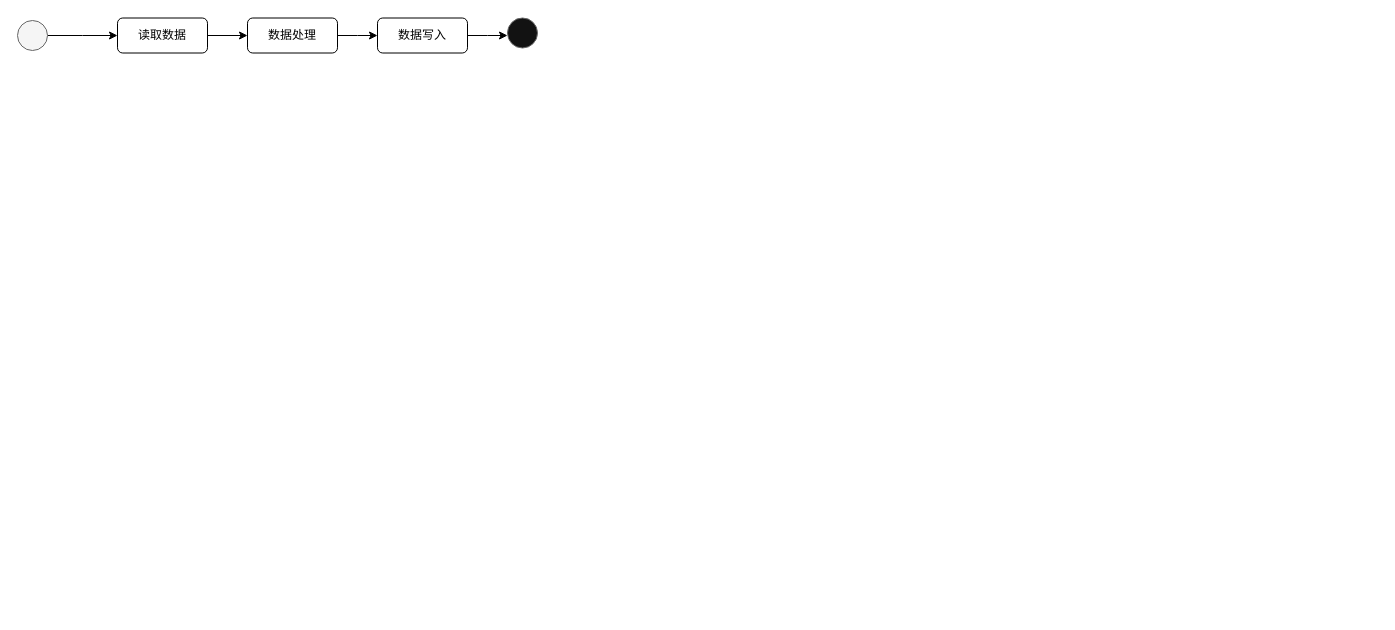
Above: page "第 2 页" (2 of 2) of 未命名绘图.drawio in littleDagron/Helloworld (draw.io), before the change. Source tidied: cells renumbered, new cells numbered last; positions are measured from the earlier drawing's top-left corner, leaving out a move shared by most shapes. Both pictures are drawn from the tidied source at 100%, with x=0, y=0 at pixel (17, 18).
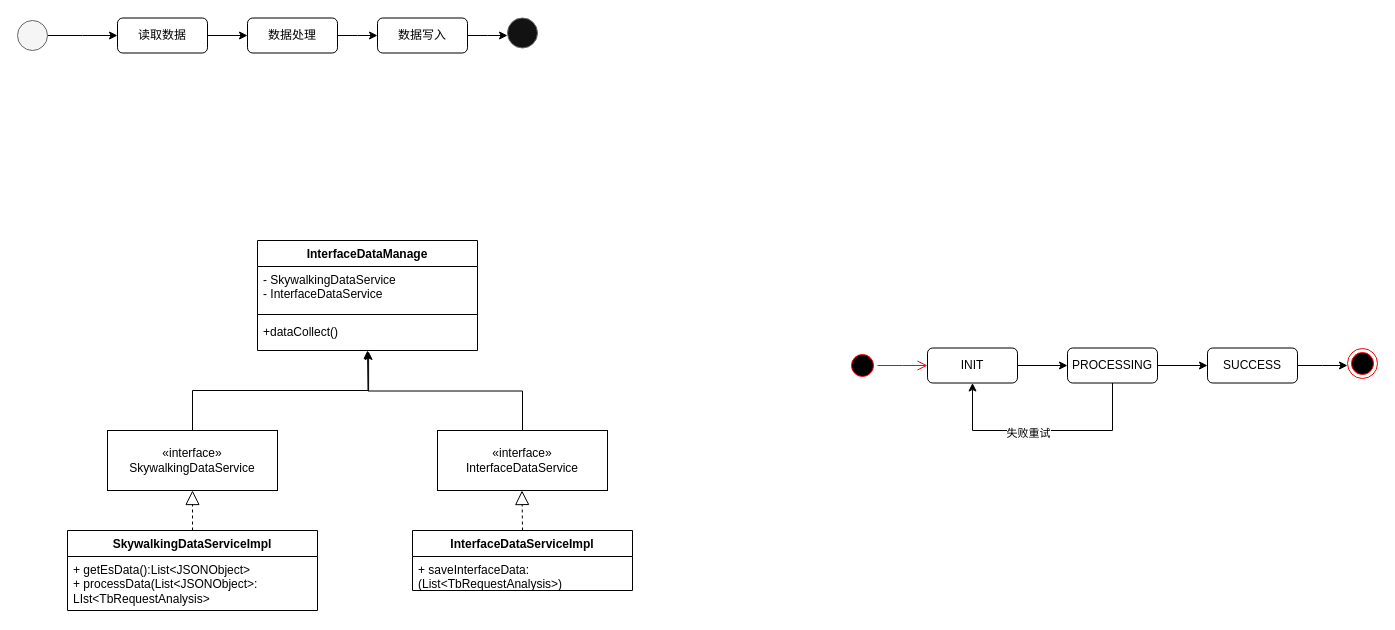
The same page after the edit.

Commit message:
更新未命名绘图.drawio

Diff of the diagram source:
```diff
@@
+    <mxCell id="11" value="InterfaceDataManage" style="swimlane;fontStyle=1;align=center;verticalAlign=top;horizontal=1;startSize=26;whiteSpace=wrap;html=1;" parent="1" vertex="1">
+      <mxGeometry x="240" y="222" width="220" height="110" as="geometry" />
+    </mxCell>
+    <mxCell id="12" value="- SkywalkingDataService&lt;br&gt;- InterfaceDataService" style="text;strokeColor=none;fillColor=none;align=left;verticalAlign=top;spacingLeft=4;spacingRight=4;overflow=hidden;whiteSpace=wrap;html=1;" parent="11" vertex="1">
+      <mxGeometry y="26" width="220" height="44" as="geometry" />
+    </mxCell>
+    <mxCell id="13" style="line;strokeWidth=1;fillColor=none;align=left;verticalAlign=middle;spacingTop=-1;spacingLeft=3;spacingRight=3;labelPosition=right;strokeColor=inherit;" parent="11" vertex="1">
+      <mxGeometry y="70" width="220" height="8" as="geometry" />
+    </mxCell>
+    <mxCell id="14" value="+dataCollect()&lt;br&gt;" style="text;strokeColor=none;fillColor=none;align=left;verticalAlign=top;spacingLeft=4;spacingRight=4;overflow=hidden;points=[[0,0.5],[1,0.5]];portConstraint=eastwest;whiteSpace=wrap;html=1;" parent="11" vertex="1">
+      <mxGeometry y="78" width="220" height="32" as="geometry" />
+    </mxCell>
+    <mxCell id="15" style="edgeStyle=orthogonalEdgeStyle;rounded=0;jettySize=auto;html=1;exitX=0.5;exitY=0;exitDx=0;exitDy=0;entryX=0.505;entryY=1.031;entryDx=0;entryDy=0;entryPerimeter=0;" parent="1" edge="1" source="16" target="14">
+      <mxGeometry relative="1" as="geometry" />
+    </mxCell>
+    <mxCell id="16" value="«interface»&lt;br&gt;SkywalkingDataService" style="html=1;whiteSpace=wrap;" parent="1" vertex="1">
+      <mxGeometry x="90" y="412" width="170" height="60" as="geometry" />
+    </mxCell>
+    <mxCell id="17" style="edgeStyle=orthogonalEdgeStyle;rounded=0;jettySize=auto;html=1;exitX=0.5;exitY=0;exitDx=0;exitDy=0;" parent="1" edge="1" source="18">
+      <mxGeometry relative="1" as="geometry">
+        <mxPoint x="350" y="332" as="targetPoint" />
+      </mxGeometry>
+    </mxCell>
+    <mxCell id="18" value="«interface»&lt;br&gt;InterfaceDataService" style="html=1;whiteSpace=wrap;" parent="1" vertex="1">
+      <mxGeometry x="420" y="412" width="170" height="60" as="geometry" />
+    </mxCell>
+    <mxCell id="19" value="SkywalkingDataServiceImpl" style="swimlane;fontStyle=1;align=center;verticalAlign=top;horizontal=1;startSize=26;whiteSpace=wrap;html=1;" parent="1" vertex="1">
+      <mxGeometry x="50" y="512" width="250" height="80" as="geometry" />
+    </mxCell>
+    <mxCell id="20" value="+ getEsData():List&amp;lt;JSONObject&amp;gt;&lt;br&gt;+ processData(List&amp;lt;JSONObject&amp;gt;: LIst&amp;lt;TbRequestAnalysis&amp;gt;" style="text;strokeColor=none;fillColor=none;align=left;verticalAlign=top;spacingLeft=4;spacingRight=4;overflow=hidden;whiteSpace=wrap;html=1;" parent="19" vertex="1">
+      <mxGeometry y="26" width="250" height="54" as="geometry" />
+    </mxCell>
+    <mxCell id="21" style="endArrow=block;dashed=1;endFill=0;endSize=12;html=1;rounded=0;entryX=0.5;entryY=1;entryDx=0;entryDy=0;exitX=0.5;exitY=0;exitDx=0;exitDy=0;" parent="1" edge="1" source="19" target="16">
+      <mxGeometry relative="1" as="geometry" />
+    </mxCell>
+    <mxCell id="22" value="InterfaceDataServiceImpl" style="swimlane;fontStyle=1;align=center;verticalAlign=top;horizontal=1;startSize=26;whiteSpace=wrap;html=1;" parent="1" vertex="1">
+      <mxGeometry x="395" y="512" width="220" height="60" as="geometry" />
+    </mxCell>
+    <mxCell id="23" value="+ saveInterfaceData:(List&amp;lt;TbRequestAnalysis&amp;gt;)" style="text;strokeColor=none;fillColor=none;align=left;verticalAlign=top;spacingLeft=4;spacingRight=4;overflow=hidden;whiteSpace=wrap;html=1;" parent="22" vertex="1">
+      <mxGeometry y="26" width="220" height="34" as="geometry" />
+    </mxCell>
+    <mxCell id="24" style="endArrow=block;dashed=1;endFill=0;endSize=12;html=1;rounded=0;entryX=0.5;entryY=1;entryDx=0;entryDy=0;exitX=0.5;exitY=0;exitDx=0;exitDy=0;" parent="1" edge="1" source="22">
+      <mxGeometry relative="1" as="geometry">
+        <mxPoint x="504.5" y="472" as="targetPoint" />
+      </mxGeometry>
+    </mxCell>
+    <mxCell id="25" style="ellipse;html=1;shape=startState;fillColor=#000000;strokeColor=#ff0000;" parent="1" vertex="1">
+      <mxGeometry x="830" y="332" width="30" height="30" as="geometry" />
+    </mxCell>
+    <mxCell id="26" style="edgeStyle=orthogonalEdgeStyle;html=1;verticalAlign=bottom;endArrow=open;endSize=8;strokeColor=#ff0000;rounded=0;" parent="1" edge="1" source="25">
+      <mxGeometry relative="1" as="geometry">
+        <mxPoint x="910" y="347" as="targetPoint" />
+      </mxGeometry>
+    </mxCell>
+    <mxCell id="27" style="edgeStyle=orthogonalEdgeStyle;rounded=0;jettySize=auto;html=1;exitX=1;exitY=0.5;exitDx=0;exitDy=0;entryX=0;entryY=0.5;entryDx=0;entryDy=0;" parent="1" edge="1" source="28" target="32">
+      <mxGeometry relative="1" as="geometry" />
+    </mxCell>
+    <mxCell id="28" value="INIT" style="rounded=1;whiteSpace=wrap;html=1;" parent="1" vertex="1">
+      <mxGeometry x="910" y="329.5" width="90" height="35" as="geometry" />
+    </mxCell>
+    <mxCell id="29" style="edgeStyle=orthogonalEdgeStyle;rounded=0;jettySize=auto;html=1;exitX=1;exitY=0.5;exitDx=0;exitDy=0;entryX=0;entryY=0.5;entryDx=0;entryDy=0;" parent="1" edge="1" source="32" target="34">
+      <mxGeometry relative="1" as="geometry" />
+    </mxCell>
+    <mxCell id="30" style="edgeStyle=orthogonalEdgeStyle;rounded=0;jettySize=auto;html=1;exitX=0.5;exitY=1;exitDx=0;exitDy=0;entryX=0.5;entryY=1;entryDx=0;entryDy=0;" parent="1" edge="1" source="32" target="28">
+      <mxGeometry relative="1" as="geometry">
+        <Array as="points">
+          <mxPoint x="1095" y="412" />
+          <mxPoint x="955" y="412" />
+        </Array>
+      </mxGeometry>
+    </mxCell>
+    <mxCell id="31" value="失败重试" style="edgeLabel;html=1;align=center;verticalAlign=middle;" parent="30" vertex="1">
+      <mxGeometry x="0.12" y="2" relative="1" as="geometry" />
+    </mxCell>
+    <mxCell id="32" value="PROCESSING" style="rounded=1;whiteSpace=wrap;html=1;" parent="1" vertex="1">
+      <mxGeometry x="1050" y="329.5" width="90" height="35" as="geometry" />
+    </mxCell>
+    <mxCell id="33" style="edgeStyle=orthogonalEdgeStyle;rounded=0;jettySize=auto;html=1;exitX=1;exitY=0.5;exitDx=0;exitDy=0;" parent="1" edge="1" source="34">
+      <mxGeometry relative="1" as="geometry">
+        <mxPoint x="1330" y="347" as="targetPoint" />
+      </mxGeometry>
+    </mxCell>
+    <mxCell id="34" value="SUCCESS" style="rounded=1;whiteSpace=wrap;html=1;" parent="1" vertex="1">
+      <mxGeometry x="1190" y="329.5" width="90" height="35" as="geometry" />
+    </mxCell>
+    <mxCell id="35" style="ellipse;html=1;shape=endState;fillColor=#000000;strokeColor=#ff0000;" parent="1" vertex="1">
+      <mxGeometry x="1330" y="330" width="30" height="30" as="geometry" />
+    </mxCell>
```
